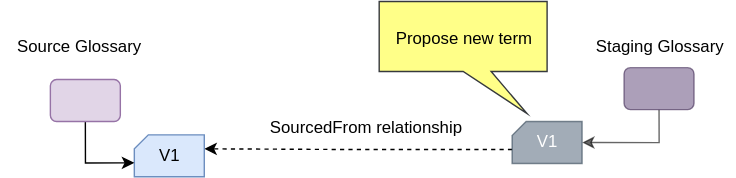
Above: site/docs/services/omvs/glossary-workflow/temporary-staging-glossary-1.svg in odpi/egeria-docs (draw.io), before the change. Source tidied: cells renumbered, new cells last; positions are measured from the earlier drawing's top-left corner, leaving out a move shared by most shapes.
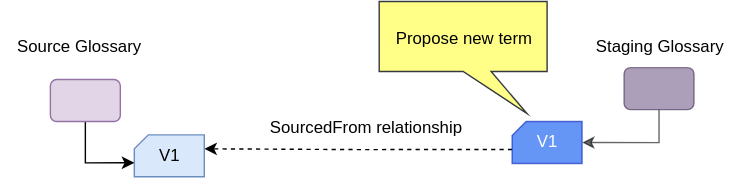
The same file after the commit.

What changed in the source:
```diff
@@ -13,7 +13,7 @@
         <mxPoint x="144.5" y="105.8" as="targetPoint" />
       </mxGeometry>
     </mxCell>
-    <mxCell id="5" value="V1" style="shape=card;whiteSpace=wrap;html=1;size=10;fillColor=#647687;strokeColor=#314354;fontColor=#ffffff;opacity=60;" parent="1" vertex="1">
+    <mxCell id="5" value="V1" style="shape=card;whiteSpace=wrap;html=1;size=10;fillColor=#0050ef;strokeColor=#001DBC;fontColor=#ffffff;opacity=60;" parent="1" vertex="1">
       <mxGeometry x="364.5" y="86.2" width="50" height="30" as="geometry" />
     </mxCell>
     <mxCell id="6" value="V1" style="shape=card;whiteSpace=wrap;html=1;size=10;fillColor=#dae8fc;strokeColor=#6c8ebf;" parent="1" vertex="1">
```
